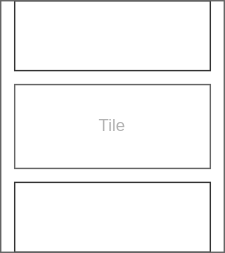
Above: docs/diagrams/svg/tiles.svg in stevedekorte/strvct.net (draw.io), before the change. Source tidied: cells renumbered, new cells last; positions are measured from the earlier drawing's top-left corner, leaving out a move shared by most shapes.
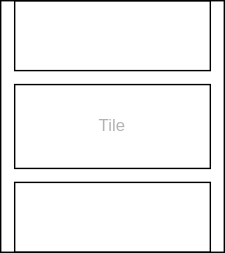
After the commit.

Diff of the diagram source:
```diff
@@ -2,16 +2,16 @@
   <root>
     <mxCell id="0" />
     <mxCell id="1" parent="0" />
-    <mxCell id="2" style="rounded=0;whiteSpace=wrap;html=1;fontSize=12;align=center;fillColor=none;strokeColor=#333333;" parent="1" vertex="1">
+    <mxCell id="2" style="rounded=0;whiteSpace=wrap;html=1;fontSize=12;align=center;fillColor=none;strokeColor=#000000;" parent="1" vertex="1">
       <mxGeometry x="10" width="140" height="50" as="geometry" />
     </mxCell>
-    <mxCell id="3" value="Tile" style="rounded=0;whiteSpace=wrap;html=1;fontSize=12;align=center;fillColor=none;strokeColor=#666666;fontColor=#B3B3B3;" parent="1" vertex="1">
+    <mxCell id="3" value="Tile" style="rounded=0;whiteSpace=wrap;html=1;fontSize=12;align=center;fillColor=none;strokeColor=#000000;fontColor=#000000;" parent="1" vertex="1">
       <mxGeometry x="10" y="60" width="140" height="60" as="geometry" />
     </mxCell>
-    <mxCell id="4" style="rounded=0;whiteSpace=wrap;html=1;fontSize=12;align=center;fillColor=none;strokeColor=#333333;" parent="1" vertex="1">
+    <mxCell id="4" style="rounded=0;whiteSpace=wrap;html=1;fontSize=12;align=center;fillColor=none;strokeColor=#000000;" parent="1" vertex="1">
       <mxGeometry x="10" y="130" width="140" height="50" as="geometry" />
     </mxCell>
-    <mxCell id="5" style="rounded=0;whiteSpace=wrap;html=1;fontSize=24;align=left;fillColor=none;strokeColor=#666666;" parent="1" vertex="1">
+    <mxCell id="5" style="rounded=0;whiteSpace=wrap;html=1;fontSize=24;align=left;fillColor=none;strokeColor=#000000;" parent="1" vertex="1">
       <mxGeometry width="160" height="180" as="geometry" />
     </mxCell>
   </root>
```
